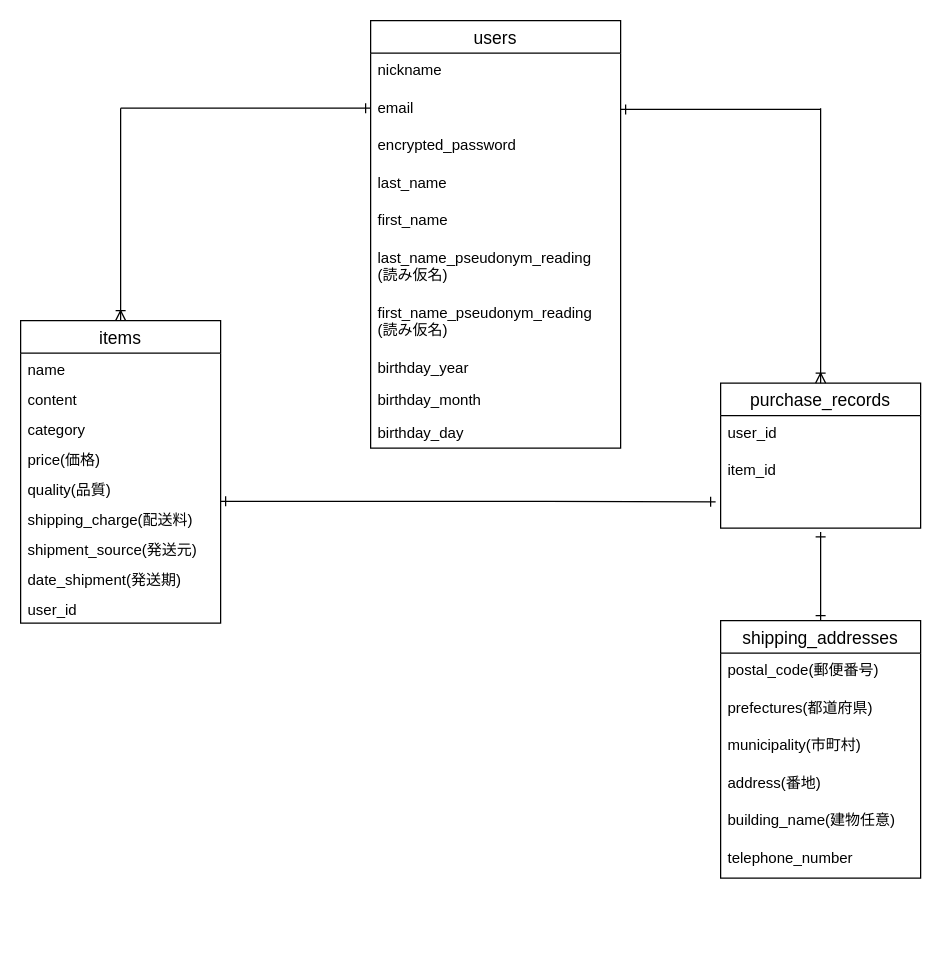
sskryu322/furima-37942 keeps this draw.io diagram as db_ER.dio. Above is the earlier version. Source tidied: cells renumbered, new cells numbered last; positions are measured from the earlier drawing's top-left corner, leaving out a move shared by most shapes. Both pictures are drawn from the tidied source at 125%, with x=0, y=0 at pixel (20, 20).
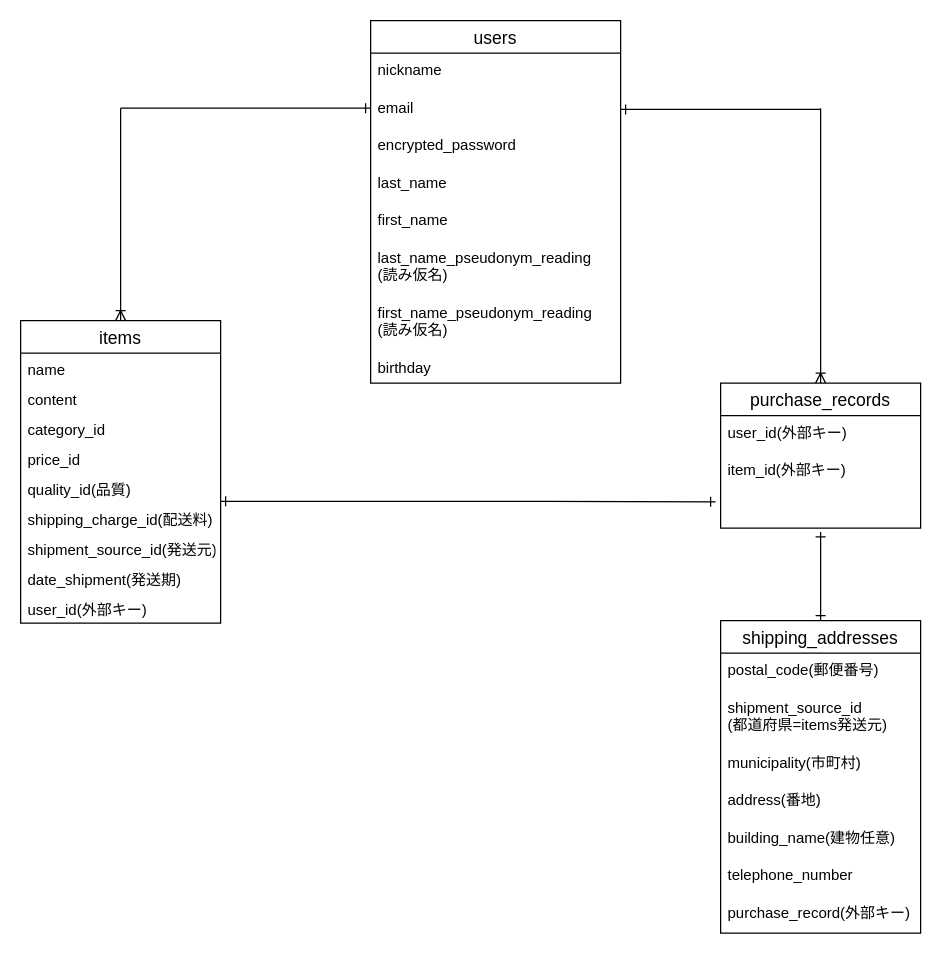
The same page after the edit.

Commit message (it also covers changes not shown here):
README設計の修正完了(1)

Unchanged cells that the change refers to:
```xml
<mxCell id="13" value="purchase_records" style="swimlane;fontStyle=0;horizontal=1;startSize=26;align=center;fontSize=14;" parent="1" vertex="1">
  <mxGeometry x="560" y="290" width="160" height="116" as="geometry" />
</mxCell>
<mxCell id="17" value="items" style="swimlane;fontStyle=0;horizontal=1;startSize=26;align=center;fontSize=14;" parent="1" vertex="1">
  <mxGeometry y="240" width="160" height="242" as="geometry" />
</mxCell>
```

What changed in the source:
```diff
@@
     <mxCell id="2" value="users" style="swimlane;fontStyle=0;horizontal=1;startSize=26;align=center;fontSize=14;" parent="1" vertex="1">
-      <mxGeometry x="280" width="200" height="342" as="geometry" />
+      <mxGeometry x="280" width="200" height="290" as="geometry" />
     </mxCell>
@@
-    <mxCell id="10" value="birthday_year" style="text;strokeColor=none;fillColor=none;spacingLeft=4;spacingRight=4;overflow=hidden;fontSize=12;" parent="2" vertex="1">
+    <mxCell id="10" value="birthday" style="text;strokeColor=none;fillColor=none;spacingLeft=4;spacingRight=4;overflow=hidden;fontSize=12;" parent="2" vertex="1">
       <mxGeometry y="264" width="200" height="26" as="geometry" />
     </mxCell>
-    <mxCell id="11" value="birthday_month" style="text;strokeColor=none;fillColor=none;spacingLeft=4;spacingRight=4;overflow=hidden;fontSize=12;" parent="2" vertex="1">
-      <mxGeometry y="290" width="200" height="26" as="geometry" />
-    </mxCell>
-    <mxCell id="12" value="birthday_day" style="text;strokeColor=none;fillColor=none;spacingLeft=4;spacingRight=4;overflow=hidden;fontSize=12;" parent="2" vertex="1">
-      <mxGeometry y="316" width="200" height="26" as="geometry" />
-    </mxCell>
@@
-    <mxCell id="14" value="user_id" style="text;strokeColor=none;fillColor=none;spacingLeft=4;spacingRight=4;overflow=hidden;fontSize=12;" parent="13" vertex="1">
+    <mxCell id="14" value="user_id(外部キー)" style="text;strokeColor=none;fillColor=none;spacingLeft=4;spacingRight=4;overflow=hidden;fontSize=12;" parent="13" vertex="1">
       <mxGeometry y="26" width="160" height="30" as="geometry" />
     </mxCell>
-    <mxCell id="15" value="item_id" style="text;strokeColor=none;fillColor=none;spacingLeft=4;spacingRight=4;overflow=hidden;fontSize=12;" parent="13" vertex="1">
+    <mxCell id="15" value="item_id(外部キー)" style="text;strokeColor=none;fillColor=none;spacingLeft=4;spacingRight=4;overflow=hidden;fontSize=12;" parent="13" vertex="1">
       <mxGeometry y="56" width="160" height="30" as="geometry" />
     </mxCell>
@@
-    <mxCell id="20" value="category" style="text;strokeColor=none;fillColor=none;spacingLeft=4;spacingRight=4;overflow=hidden;fontSize=12;" parent="17" vertex="1">
+    <mxCell id="20" value="category_id" style="text;strokeColor=none;fillColor=none;spacingLeft=4;spacingRight=4;overflow=hidden;fontSize=12;" parent="17" vertex="1">
       <mxGeometry y="74" width="160" height="24" as="geometry" />
     </mxCell>
-    <mxCell id="21" value="price(価格)" style="text;strokeColor=none;fillColor=none;spacingLeft=4;spacingRight=4;overflow=hidden;fontSize=12;" parent="17" vertex="1">
+    <mxCell id="21" value="price_id" style="text;strokeColor=none;fillColor=none;spacingLeft=4;spacingRight=4;overflow=hidden;fontSize=12;" parent="17" vertex="1">
       <mxGeometry y="98" width="160" height="24" as="geometry" />
     </mxCell>
-    <mxCell id="22" value="quality(品質)" style="text;strokeColor=none;fillColor=none;spacingLeft=4;spacingRight=4;overflow=hidden;fontSize=12;" parent="17" vertex="1">
+    <mxCell id="22" value="quality_id(品質)" style="text;strokeColor=none;fillColor=none;spacingLeft=4;spacingRight=4;overflow=hidden;fontSize=12;" parent="17" vertex="1">
       <mxGeometry y="122" width="160" height="24" as="geometry" />
     </mxCell>
-    <mxCell id="23" value="shipping_charge(配送料)" style="text;strokeColor=none;fillColor=none;spacingLeft=4;spacingRight=4;overflow=hidden;fontSize=12;" parent="17" vertex="1">
+    <mxCell id="23" value="shipping_charge_id(配送料)" style="text;strokeColor=none;fillColor=none;spacingLeft=4;spacingRight=4;overflow=hidden;fontSize=12;" parent="17" vertex="1">
       <mxGeometry y="146" width="160" height="24" as="geometry" />
     </mxCell>
-    <mxCell id="24" value="shipment_source(発送元)" style="text;strokeColor=none;fillColor=none;spacingLeft=4;spacingRight=4;overflow=hidden;fontSize=12;" parent="17" vertex="1">
+    <mxCell id="24" value="shipment_source_id(発送元)" style="text;strokeColor=none;fillColor=none;spacingLeft=4;spacingRight=4;overflow=hidden;fontSize=12;" parent="17" vertex="1">
       <mxGeometry y="170" width="160" height="24" as="geometry" />
     </mxCell>
@@
-    <mxCell id="26" value="user_id" style="text;strokeColor=none;fillColor=none;spacingLeft=4;spacingRight=4;overflow=hidden;fontSize=12;" parent="17" vertex="1">
+    <mxCell id="26" value="user_id(外部キー)" style="text;strokeColor=none;fillColor=none;spacingLeft=4;spacingRight=4;overflow=hidden;fontSize=12;" parent="17" vertex="1">
       <mxGeometry y="218" width="160" height="24" as="geometry" />
     </mxCell>
@@
     <mxCell id="28" value="shipping_addresses" style="swimlane;fontStyle=0;horizontal=1;startSize=26;align=center;fontSize=14;" parent="1" vertex="1">
-      <mxGeometry x="560" y="480" width="160" height="206" as="geometry" />
+      <mxGeometry x="560" y="480" width="160" height="250" as="geometry" />
     </mxCell>
@@
-    <mxCell id="30" value="prefectures(都道府県)" style="text;strokeColor=none;fillColor=none;spacingLeft=4;spacingRight=4;overflow=hidden;fontSize=12;" parent="28" vertex="1">
-      <mxGeometry y="56" width="160" height="30" as="geometry" />
+    <mxCell id="30" value="shipment_source_id&#10;(都道府県=items発送元)" style="text;strokeColor=none;fillColor=none;spacingLeft=4;spacingRight=4;overflow=hidden;fontSize=12;" parent="28" vertex="1">
+      <mxGeometry y="56" width="160" height="44" as="geometry" />
     </mxCell>
     <mxCell id="31" value="municipality(市町村)" style="text;strokeColor=none;fillColor=none;spacingLeft=4;spacingRight=4;overflow=hidden;fontSize=12;" parent="28" vertex="1">
-      <mxGeometry y="86" width="160" height="30" as="geometry" />
+      <mxGeometry y="100" width="160" height="30" as="geometry" />
     </mxCell>
     <mxCell id="32" value="address(番地)" style="text;strokeColor=none;fillColor=none;spacingLeft=4;spacingRight=4;overflow=hidden;fontSize=12;" parent="28" vertex="1">
-      <mxGeometry y="116" width="160" height="30" as="geometry" />
+      <mxGeometry y="130" width="160" height="30" as="geometry" />
     </mxCell>
     <mxCell id="33" value="building_name(建物任意)" style="text;strokeColor=none;fillColor=none;spacingLeft=4;spacingRight=4;overflow=hidden;fontSize=12;" parent="28" vertex="1">
-      <mxGeometry y="146" width="160" height="30" as="geometry" />
+      <mxGeometry y="160" width="160" height="30" as="geometry" />
     </mxCell>
     <mxCell id="34" value="telephone_number&#10;" style="text;strokeColor=none;fillColor=none;spacingLeft=4;spacingRight=4;overflow=hidden;fontSize=12;" parent="28" vertex="1">
-      <mxGeometry y="176" width="160" height="30" as="geometry" />
+      <mxGeometry y="190" width="160" height="30" as="geometry" />
     </mxCell>
+    <mxCell id="40" value="purchase_record(外部キー)" style="text;strokeColor=none;fillColor=none;spacingLeft=4;spacingRight=4;overflow=hidden;fontSize=12;" parent="28" vertex="1">
+      <mxGeometry y="220" width="160" height="30" as="geometry" />
+    </mxCell>
```
